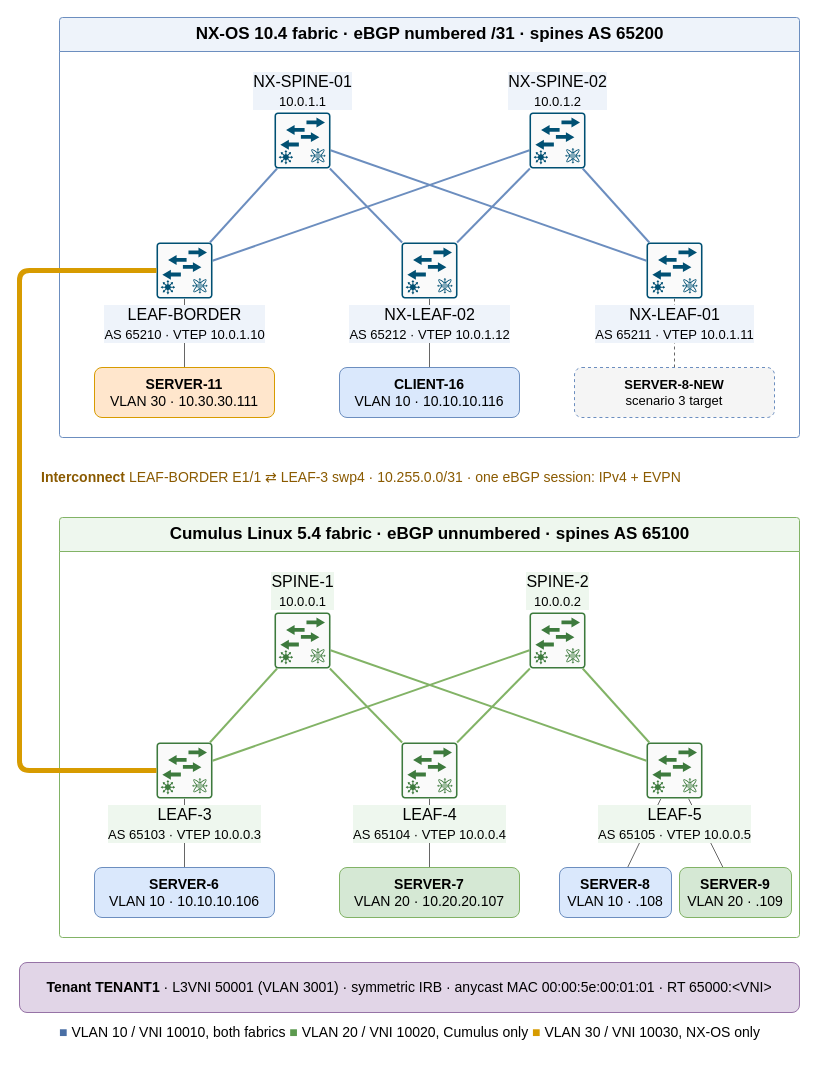
Above: evpn-multivendor/diagrams/topology-stacked.drawio in safized/networkfactory-labs (draw.io), before the change. Source tidied: cells renumbered, new cells numbered last; positions are measured from the earlier drawing's top-left corner, leaving out a move shared by most shapes. Both pictures are drawn from the tidied source at 100%, with x=0, y=0 at pixel (19, 17).
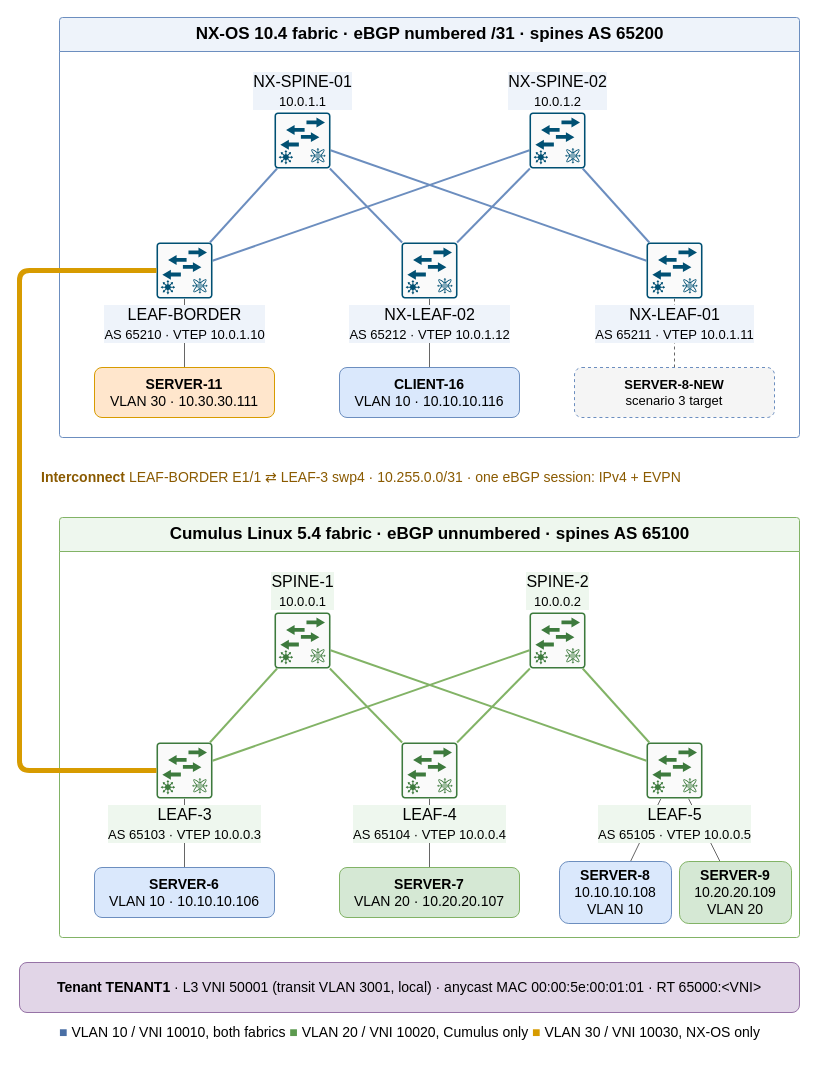
The same diagram, later.

Commit message (it also covers changes not shown here):
evpn-multivendor: full IPs for SERVER-8/9 in the topology, explain the L3VNI transit VLAN

Unchanged cells that the change refers to:
```xml
<mxCell id="20" value="Cumulus Linux 5.4 fabric · eBGP unnumbered · spines AS 65100" style="swimlane;startSize=34;fillColor=#eef7ee;strokeColor=#82b366;fontSize=17;fontStyle=1;html=1;rounded=1;arcSize=3;" parent="1" vertex="1">
  <mxGeometry x="40" y="500" width="740" height="420" as="geometry" />
</mxCell>
```

The edit, as a diff of the source:
```diff
@@
-    <mxCell id="38" value="&lt;b&gt;SERVER-8&lt;/b&gt;&lt;br&gt;VLAN 10 · .108" style="rounded=1;whiteSpace=wrap;html=1;fillColor=#dae8fc;strokeColor=#6c8ebf;fontSize=14;" parent="20" vertex="1">
-      <mxGeometry x="500" y="350" width="112" height="50" as="geometry" />
+    <mxCell id="38" value="&lt;b&gt;SERVER-8&lt;/b&gt;&lt;br&gt;10.10.10.108&lt;br&gt;VLAN 10" style="rounded=1;whiteSpace=wrap;html=1;fillColor=#dae8fc;strokeColor=#6c8ebf;fontSize=14;" parent="20" vertex="1">
+      <mxGeometry x="500" y="344" width="112" height="62" as="geometry" />
     </mxCell>
-    <mxCell id="39" value="&lt;b&gt;SERVER-9&lt;/b&gt;&lt;br&gt;VLAN 20 · .109" style="rounded=1;whiteSpace=wrap;html=1;fillColor=#d5e8d4;strokeColor=#82b366;fontSize=14;" parent="20" vertex="1">
-      <mxGeometry x="620" y="350" width="112" height="50" as="geometry" />
+    <mxCell id="39" value="&lt;b&gt;SERVER-9&lt;/b&gt;&lt;br&gt;10.20.20.109&lt;br&gt;VLAN 20" style="rounded=1;whiteSpace=wrap;html=1;fillColor=#d5e8d4;strokeColor=#82b366;fontSize=14;" parent="20" vertex="1">
+      <mxGeometry x="620" y="344" width="112" height="62" as="geometry" />
     </mxCell>
@@
-    <mxCell id="42" value="&lt;b&gt;Tenant TENANT1&lt;/b&gt; · L3VNI 50001 (VLAN 3001) · symmetric IRB · anycast MAC 00:00:5e:00:01:01 · RT 65000:&amp;lt;VNI&amp;gt;" style="rounded=1;whiteSpace=wrap;html=1;fillColor=#e1d5e7;strokeColor=#9673a6;fontSize=14;" parent="1" vertex="1">
+    <mxCell id="42" value="&lt;b&gt;Tenant TENANT1&lt;/b&gt; · L3 VNI 50001 (transit VLAN 3001, local) · anycast MAC 00:00:5e:00:01:01 · RT 65000:&amp;lt;VNI&amp;gt;" style="rounded=1;whiteSpace=wrap;html=1;fillColor=#e1d5e7;strokeColor=#9673a6;fontSize=14;" parent="1" vertex="1">
       <mxGeometry y="945" width="780" height="50" as="geometry" />
     </mxCell>
```
